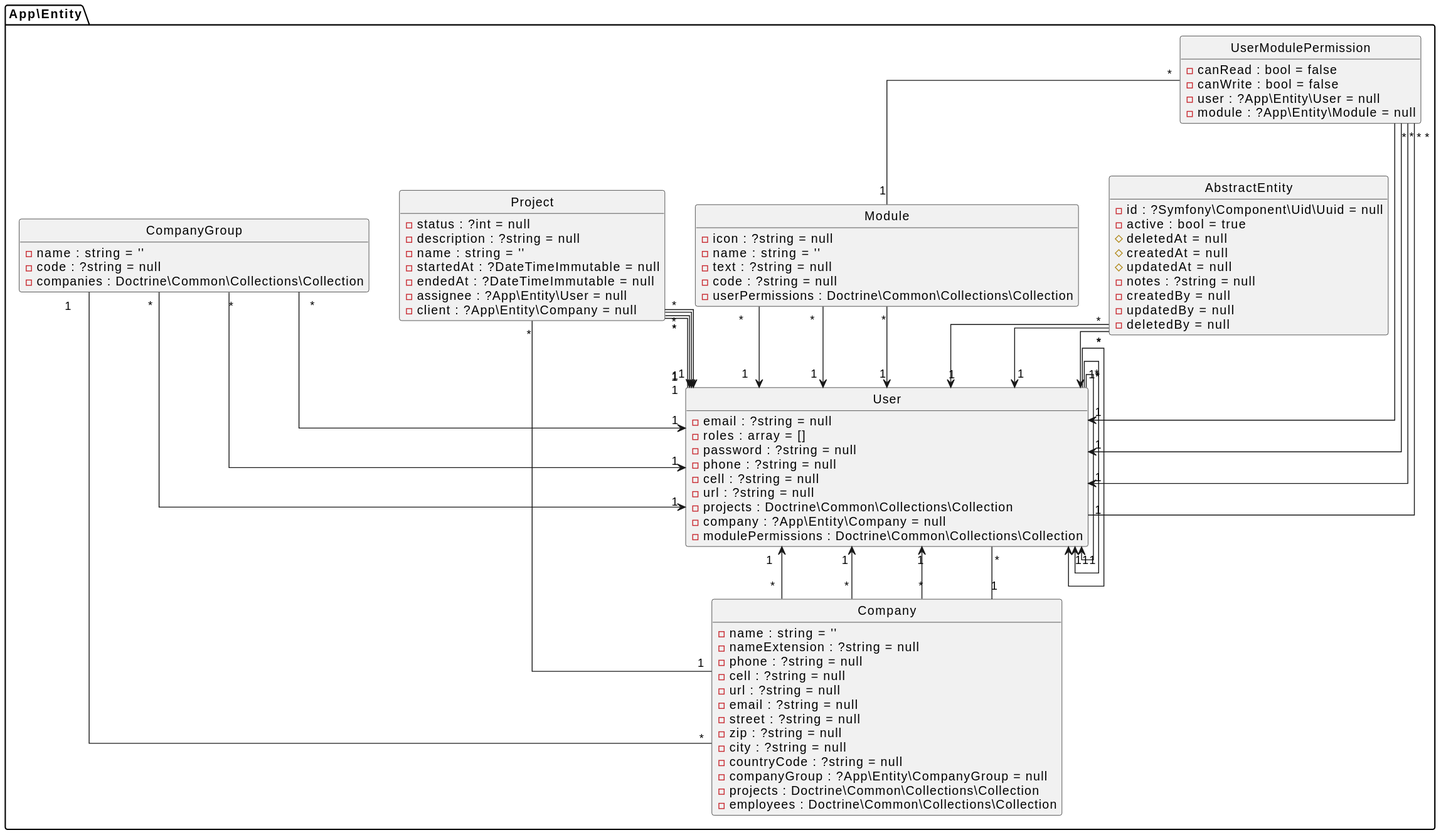
The PlantUML diagram assets/docs/diagram-class.svg in cschorr/symfony-core-bundle, before a commit.
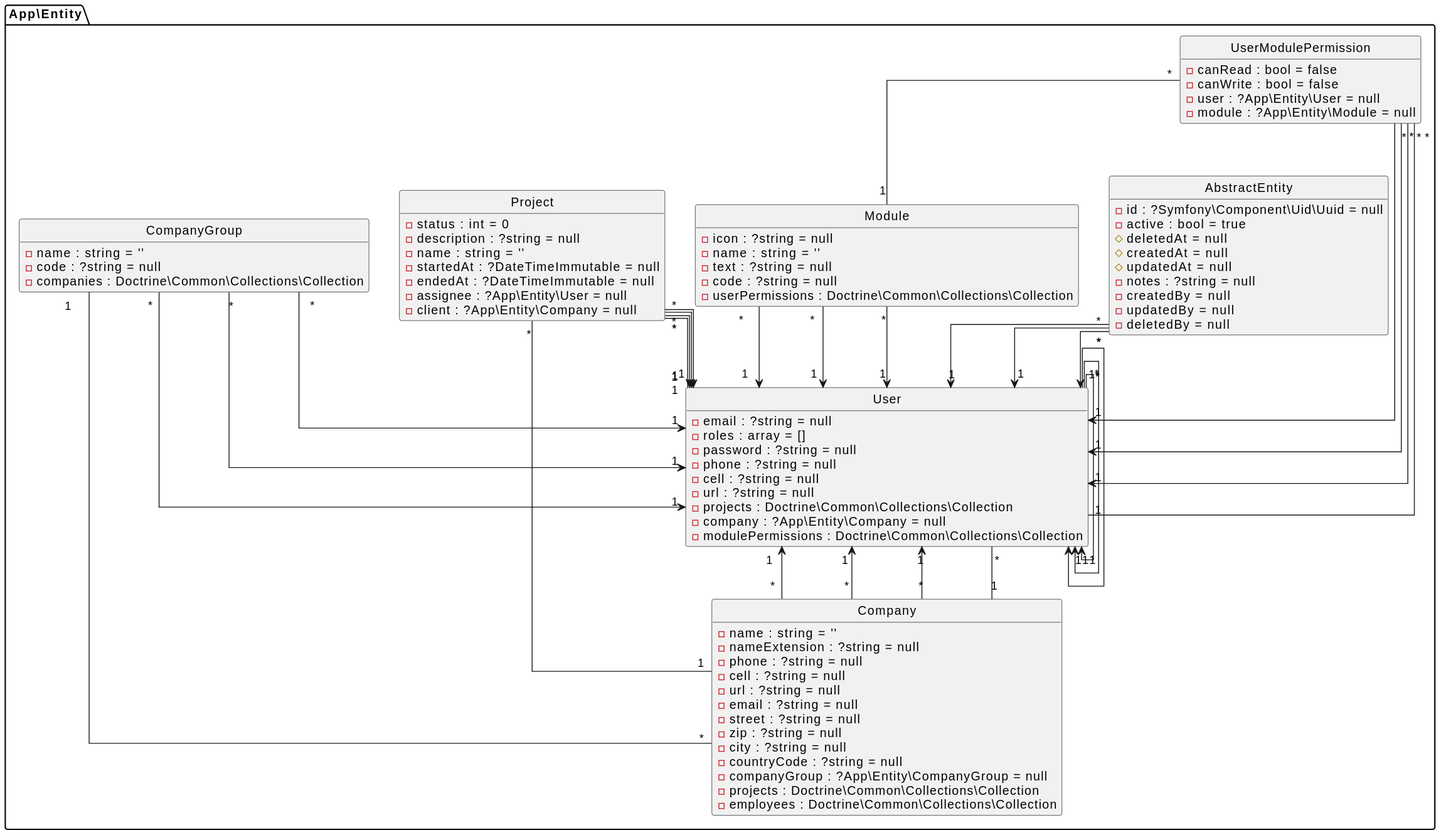
After the commit.

Change to the diagram source:
```diff
@@ -45,7 +45,7 @@
 - userPermissions : Doctrine\Common\Collections\Collection
 }
 class App\Entity\Project {
-- status : ?int = null
+- status : int = 0
 - description : ?string = null
 - name : string = ''
 - startedAt : ?DateTimeImmutable = null
```
